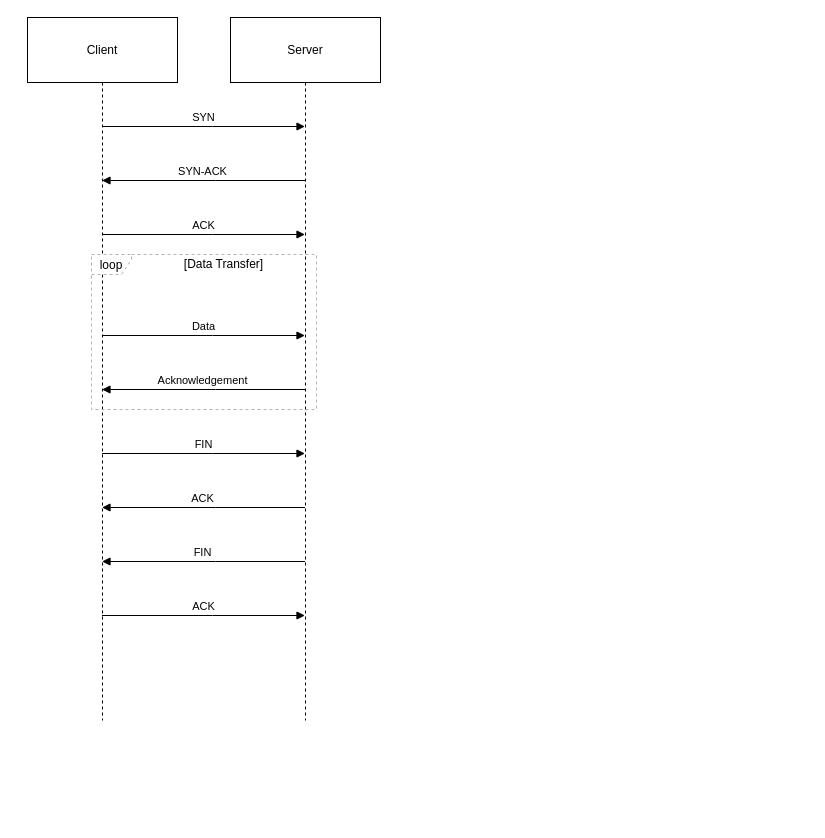
The draw.io diagram tcpclientserver.drawio in chinjyanson/SmartGrid, before the edit. Source tidied: cells renumbered, new cells numbered last; positions are measured from the earlier drawing's top-left corner, leaving out a move shared by most shapes. Both pictures are drawn from the tidied source at 100%, with x=0, y=0 at pixel (27, 17).
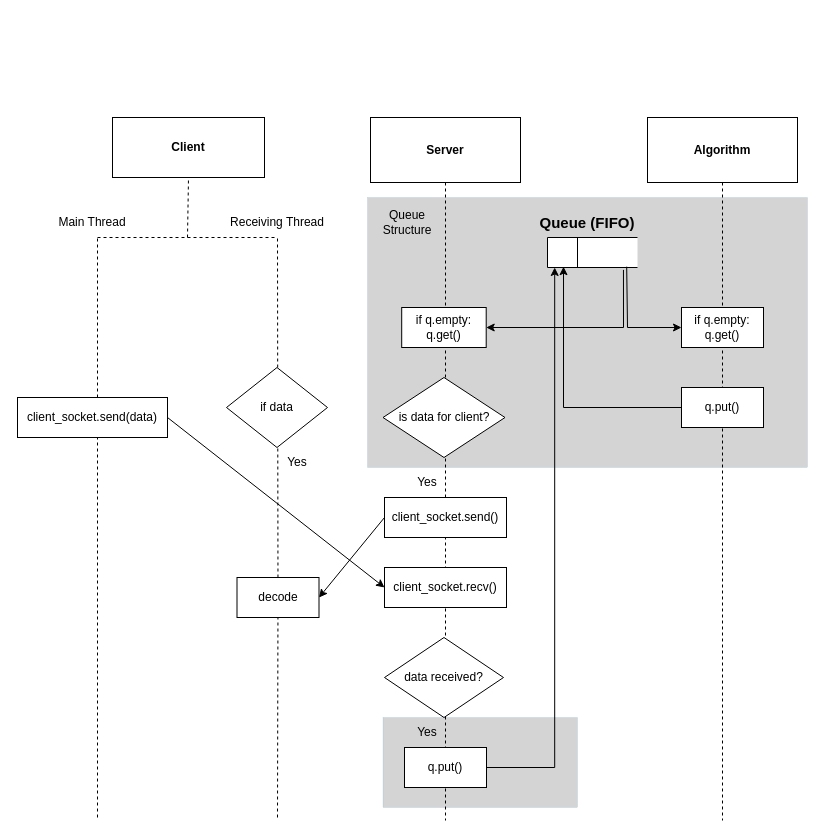
Above is the later version.

What changed in the source:
```diff
@@
+    <mxCell id="15" style="rounded=0;whiteSpace=wrap;html=1;fillColor=#d4d4d4;strokeColor=#10739e;strokeWidth=0;" parent="1" vertex="1">
+      <mxGeometry x="355.5" y="700" width="194.5" height="90" as="geometry" />
+    </mxCell>
+    <mxCell id="16" style="rounded=0;whiteSpace=wrap;html=1;fillColor=#d4d4d4;strokeColor=#10739e;strokeWidth=0;" parent="1" vertex="1">
+      <mxGeometry x="340" y="180" width="440" height="270" as="geometry" />
+    </mxCell>
+    <mxCell id="3" value="Server" style="shape=umlLifeline;perimeter=lifelinePerimeter;whiteSpace=wrap;outlineConnect=0;portConstraint=eastwest;newEdgeStyle={&quot;edgeStyle&quot;:&quot;elbowEdgeStyle&quot;,&quot;elbow&quot;:&quot;vertical&quot;,&quot;curved&quot;:0,&quot;rounded&quot;:0};size=65;fontStyle=1;" parent="1" vertex="1">
+      <mxGeometry x="343" y="100" width="150" height="703" as="geometry" />
+    </mxCell>
+    <mxCell id="17" value="Algorithm" style="shape=umlLifeline;perimeter=lifelinePerimeter;whiteSpace=wrap;newEdgeStyle={&quot;edgeStyle&quot;:&quot;elbowEdgeStyle&quot;,&quot;elbow&quot;:&quot;vertical&quot;,&quot;curved&quot;:0,&quot;rounded&quot;:0};size=65;fontStyle=1;" parent="1" vertex="1">
+      <mxGeometry x="620" y="100" width="150" height="703" as="geometry" />
+    </mxCell>
+    <mxCell id="18" style="html=1;dashed=0;whiteSpace=wrap;shape=mxgraph.dfd.dataStoreID;align=left;spacingLeft=3;points=[[0,0],[0.5,0],[1,0],[0,0.5],[1,0.5],[0,1],[0.5,1],[1,1]];" parent="1" vertex="1">
+      <mxGeometry x="520" y="220" width="90" height="30" as="geometry" />
+    </mxCell>
+    <mxCell id="19" value="Queue (FIFO)" style="text;html=1;align=center;verticalAlign=middle;whiteSpace=wrap;rounded=0;fontStyle=1;fontSize=15;" parent="1" vertex="1">
+      <mxGeometry x="510" y="190" width="100" height="30" as="geometry" />
+    </mxCell>
+    <mxCell id="20" value="if q.empty:&lt;div&gt;q.get()&lt;/div&gt;" style="rounded=0;whiteSpace=wrap;html=1;" parent="1" vertex="1">
+      <mxGeometry x="374.2" y="290" width="84.5" height="40" as="geometry" />
+    </mxCell>
+    <mxCell id="21" value="if q.empty:&lt;div&gt;q.get()&lt;/div&gt;" style="rounded=0;whiteSpace=wrap;html=1;" parent="1" vertex="1">
+      <mxGeometry x="654" y="290" width="82" height="40" as="geometry" />
+    </mxCell>
+    <mxCell id="22" style="endArrow=classic;html=1;rounded=0;entryX=0;entryY=0.5;entryDx=0;entryDy=0;exitX=0.88;exitY=0.973;exitDx=0;exitDy=0;exitPerimeter=0;" parent="1" edge="1" source="18" target="21">
+      <mxGeometry relative="1" as="geometry">
+        <Array as="points">
+          <mxPoint x="600" y="310" />
+        </Array>
+      </mxGeometry>
+    </mxCell>
+    <mxCell id="23" value="q.put()" style="rounded=0;whiteSpace=wrap;html=1;" parent="1" vertex="1">
+      <mxGeometry x="654" y="370" width="82" height="40" as="geometry" />
+    </mxCell>
+    <mxCell id="24" value="is data for client?" style="rhombus;whiteSpace=wrap;html=1;" parent="1" vertex="1">
+      <mxGeometry x="355.5" y="360" width="122" height="80" as="geometry" />
+    </mxCell>
+    <mxCell id="25" value="client_socket.send()" style="rounded=0;whiteSpace=wrap;html=1;" parent="1" vertex="1">
+      <mxGeometry x="357" y="480" width="122" height="40" as="geometry" />
+    </mxCell>
+    <mxCell id="26" value="client_socket.recv()" style="rounded=0;whiteSpace=wrap;html=1;" parent="1" vertex="1">
+      <mxGeometry x="357" y="550" width="122" height="40" as="geometry" />
+    </mxCell>
+    <mxCell id="27" value="data received?" style="rhombus;whiteSpace=wrap;html=1;" parent="1" vertex="1">
+      <mxGeometry x="357" y="620" width="119" height="80" as="geometry" />
+    </mxCell>
+    <mxCell id="28" value="Yes" style="text;html=1;align=center;verticalAlign=middle;whiteSpace=wrap;rounded=0;" parent="1" vertex="1">
+      <mxGeometry x="370" y="450" width="60" height="30" as="geometry" />
+    </mxCell>
+    <mxCell id="29" value="Yes" style="text;html=1;align=center;verticalAlign=middle;whiteSpace=wrap;rounded=0;" parent="1" vertex="1">
+      <mxGeometry x="370" y="700" width="60" height="30" as="geometry" />
+    </mxCell>
+    <mxCell id="30" value="q.put()" style="rounded=0;whiteSpace=wrap;html=1;" parent="1" vertex="1">
+      <mxGeometry x="377" y="730" width="82" height="40" as="geometry" />
+    </mxCell>
-    <mxCell id="2" value="Client" style="shape=umlLifeline;perimeter=lifelinePerimeter;whiteSpace=wrap;outlineConnect=0;portConstraint=eastwest;newEdgeStyle={&quot;edgeStyle&quot;:&quot;elbowEdgeStyle&quot;,&quot;elbow&quot;:&quot;vertical&quot;,&quot;curved&quot;:0,&quot;rounded&quot;:0};size=65;" parent="1" vertex="1">
-      <mxGeometry width="150" height="703" as="geometry" />
+    <mxCell id="2" value="&lt;b&gt;Client&lt;/b&gt;" style="rounded=0;whiteSpace=wrap;html=1;" parent="1" vertex="1">
+      <mxGeometry x="85" y="100" width="152" height="60" as="geometry" />
     </mxCell>
-    <mxCell id="3" value="Server" style="shape=umlLifeline;perimeter=lifelinePerimeter;whiteSpace=wrap;outlineConnect=0;portConstraint=eastwest;newEdgeStyle={&quot;edgeStyle&quot;:&quot;elbowEdgeStyle&quot;,&quot;elbow&quot;:&quot;vertical&quot;,&quot;curved&quot;:0,&quot;rounded&quot;:0};size=65;" parent="1" vertex="1">
-      <mxGeometry x="203" width="150" height="703" as="geometry" />
-    </mxCell>
-    <mxCell id="4" value="loop" style="shape=umlFrame;dashed=1;strokeColor=#B3B3B3;height=20;width=40;" parent="1" vertex="1">
-      <mxGeometry x="64" y="237" width="225" height="155" as="geometry" />
-    </mxCell>
-    <mxCell id="5" value="[Data Transfer]" style="text;strokeColor=none;fillColor=none;align=center;verticalAlign=middle;whiteSpace=wrap;" parent="4" vertex="1">
-      <mxGeometry x="40" width="185" height="20" as="geometry" />
-    </mxCell>
-    <mxCell id="6" value="SYN" style="verticalAlign=bottom;endArrow=block;edgeStyle=elbowEdgeStyle;elbow=vertical;curved=0;rounded=0;" parent="1" edge="1" source="2" target="3">
-      <mxGeometry relative="1" as="geometry">
-        <Array as="points">
-          <mxPoint x="185" y="109" />
-        </Array>
-      </mxGeometry>
-    </mxCell>
-    <mxCell id="7" value="SYN-ACK" style="verticalAlign=bottom;endArrow=block;edgeStyle=elbowEdgeStyle;elbow=vertical;curved=0;rounded=0;" parent="1" edge="1" source="3" target="2">
-      <mxGeometry relative="1" as="geometry">
-        <Array as="points">
-          <mxPoint x="188" y="163" />
-        </Array>
-      </mxGeometry>
-    </mxCell>
-    <mxCell id="8" value="ACK" style="verticalAlign=bottom;endArrow=block;edgeStyle=elbowEdgeStyle;elbow=vertical;curved=0;rounded=0;" parent="1" edge="1" source="2" target="3">
-      <mxGeometry relative="1" as="geometry">
-        <Array as="points">
-          <mxPoint x="185" y="217" />
-        </Array>
-      </mxGeometry>
-    </mxCell>
-    <mxCell id="9" value="Data" style="verticalAlign=bottom;endArrow=block;edgeStyle=elbowEdgeStyle;elbow=vertical;curved=0;rounded=0;" parent="1" edge="1" source="2" target="3">
-      <mxGeometry relative="1" as="geometry">
-        <Array as="points">
-          <mxPoint x="185" y="318" />
-        </Array>
-      </mxGeometry>
-    </mxCell>
-    <mxCell id="10" value="Acknowledgement" style="verticalAlign=bottom;endArrow=block;edgeStyle=elbowEdgeStyle;elbow=vertical;curved=0;rounded=0;" parent="1" edge="1" source="3" target="2">
-      <mxGeometry relative="1" as="geometry">
-        <Array as="points">
-          <mxPoint x="188" y="372" />
-        </Array>
-      </mxGeometry>
-    </mxCell>
-    <mxCell id="11" value="FIN" style="verticalAlign=bottom;endArrow=block;edgeStyle=elbowEdgeStyle;elbow=vertical;curved=0;rounded=0;" parent="1" edge="1" source="2" target="3">
-      <mxGeometry relative="1" as="geometry">
-        <Array as="points">
-          <mxPoint x="185" y="436" />
-        </Array>
-      </mxGeometry>
-    </mxCell>
-    <mxCell id="12" value="ACK" style="verticalAlign=bottom;endArrow=block;edgeStyle=elbowEdgeStyle;elbow=vertical;curved=0;rounded=0;" parent="1" edge="1" source="3" target="2">
-      <mxGeometry relative="1" as="geometry">
-        <Array as="points">
-          <mxPoint x="188" y="490" />
-        </Array>
-      </mxGeometry>
-    </mxCell>
-    <mxCell id="13" value="FIN" style="verticalAlign=bottom;endArrow=block;edgeStyle=elbowEdgeStyle;elbow=vertical;curved=0;rounded=0;" parent="1" edge="1" source="3" target="2">
-      <mxGeometry relative="1" as="geometry">
-        <Array as="points">
-          <mxPoint x="188" y="544" />
-        </Array>
-      </mxGeometry>
-    </mxCell>
-    <mxCell id="14" value="ACK" style="verticalAlign=bottom;endArrow=block;edgeStyle=elbowEdgeStyle;elbow=vertical;curved=0;rounded=0;" parent="1" edge="1" source="2" target="3">
-      <mxGeometry relative="1" as="geometry">
-        <Array as="points">
-          <mxPoint x="185" y="598" />
-        </Array>
-      </mxGeometry>
-    </mxCell>
+    <mxCell id="31" style="endArrow=none;dashed=1;html=1;rounded=0;entryX=0.5;entryY=1;entryDx=0;entryDy=0;" parent="1" edge="1" target="2">
+      <mxGeometry relative="1" as="geometry">
+        <mxPoint x="160" y="220" as="sourcePoint" />
+      </mxGeometry>
+    </mxCell>
+    <mxCell id="32" style="endArrow=none;dashed=1;html=1;rounded=0;" parent="1" edge="1">
+      <mxGeometry relative="1" as="geometry">
+        <mxPoint x="70" y="220" as="sourcePoint" />
+        <mxPoint x="250" y="220" as="targetPoint" />
+      </mxGeometry>
+    </mxCell>
+    <mxCell id="33" style="endArrow=none;dashed=1;html=1;rounded=0;" parent="1" edge="1">
+      <mxGeometry relative="1" as="geometry">
+        <mxPoint x="70" y="800" as="sourcePoint" />
+        <mxPoint x="70" y="220" as="targetPoint" />
+      </mxGeometry>
+    </mxCell>
+    <mxCell id="34" style="endArrow=none;dashed=1;html=1;rounded=0;" parent="1" edge="1" source="42">
+      <mxGeometry relative="1" as="geometry">
+        <mxPoint x="250" y="220" as="targetPoint" />
+      </mxGeometry>
+    </mxCell>
+    <mxCell id="35" value="Main Thread" style="text;html=1;align=center;verticalAlign=middle;whiteSpace=wrap;rounded=0;" parent="1" vertex="1">
+      <mxGeometry x="30" y="190" width="70" height="30" as="geometry" />
+    </mxCell>
+    <mxCell id="36" value="Receiving Thread" style="text;html=1;align=center;verticalAlign=middle;whiteSpace=wrap;rounded=0;" parent="1" vertex="1">
+      <mxGeometry x="200" y="190" width="100" height="30" as="geometry" />
+    </mxCell>
+    <mxCell id="37" value="client_socket.send(data)" style="rounded=0;whiteSpace=wrap;html=1;" parent="1" vertex="1">
+      <mxGeometry x="-10" y="380" width="150" height="40" as="geometry" />
+    </mxCell>
+    <mxCell id="38" value="if data" style="rhombus;whiteSpace=wrap;html=1;" parent="1" vertex="1">
+      <mxGeometry x="199" y="350" width="101" height="80" as="geometry" />
+    </mxCell>
+    <mxCell id="39" style="endArrow=classic;html=1;rounded=0;exitX=1;exitY=0.5;exitDx=0;exitDy=0;entryX=0;entryY=0.5;entryDx=0;entryDy=0;" parent="1" edge="1" source="37" target="26">
+      <mxGeometry relative="1" as="geometry" />
+    </mxCell>
+    <mxCell id="40" style="endArrow=classic;html=1;rounded=0;exitX=0;exitY=0.5;exitDx=0;exitDy=0;entryX=1;entryY=0.5;entryDx=0;entryDy=0;" parent="1" edge="1" source="25" target="42">
+      <mxGeometry relative="1" as="geometry" />
+    </mxCell>
+    <mxCell id="41" style="endArrow=none;dashed=1;html=1;rounded=0;" parent="1" edge="1" target="42">
+      <mxGeometry relative="1" as="geometry">
+        <mxPoint x="250" y="800" as="sourcePoint" />
+      </mxGeometry>
+    </mxCell>
+    <mxCell id="42" value="decode" style="rounded=0;whiteSpace=wrap;html=1;" parent="1" vertex="1">
+      <mxGeometry x="209.5" y="560" width="82" height="40" as="geometry" />
+    </mxCell>
+    <mxCell id="43" value="Yes" style="text;html=1;align=center;verticalAlign=middle;whiteSpace=wrap;rounded=0;" parent="1" vertex="1">
+      <mxGeometry x="240" y="430" width="60" height="30" as="geometry" />
+    </mxCell>
+    <mxCell id="44" value="Queue Structure" style="text;html=1;align=center;verticalAlign=middle;whiteSpace=wrap;rounded=0;" parent="1" vertex="1">
+      <mxGeometry x="335" y="190" width="90" height="30" as="geometry" />
+    </mxCell>
+    <mxCell id="45" style="edgeStyle=orthogonalEdgeStyle;rounded=0;jettySize=auto;html=1;exitX=0;exitY=0.5;exitDx=0;exitDy=0;entryX=0.178;entryY=0.973;entryDx=0;entryDy=0;entryPerimeter=0;" parent="1" edge="1" source="23" target="18">
+      <mxGeometry relative="1" as="geometry" />
+    </mxCell>
+    <mxCell id="46" style="edgeStyle=orthogonalEdgeStyle;rounded=0;jettySize=auto;html=1;entryX=0.08;entryY=1;entryDx=0;entryDy=0;entryPerimeter=0;" parent="1" edge="1" source="30" target="18">
+      <mxGeometry relative="1" as="geometry" />
+    </mxCell>
+    <mxCell id="47" style="endArrow=classic;html=1;rounded=0;exitX=0.844;exitY=1.08;exitDx=0;exitDy=0;exitPerimeter=0;entryX=1;entryY=0.5;entryDx=0;entryDy=0;" parent="1" edge="1" source="18" target="20">
+      <mxGeometry relative="1" as="geometry">
+        <Array as="points">
+          <mxPoint x="596" y="310" />
+        </Array>
+      </mxGeometry>
+    </mxCell>
```
